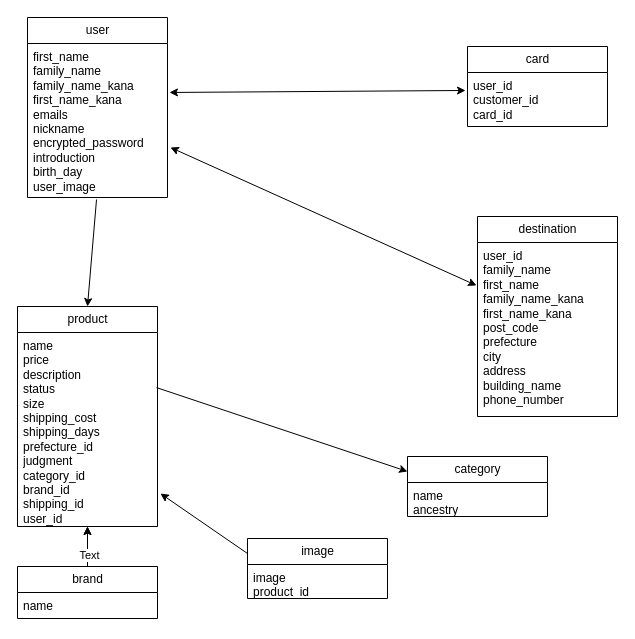
Above: app/views/text.dio in G-Ryoto/furima-38957 (draw.io), before the change. Source tidied: cells renumbered, new cells numbered last; positions are measured from the earlier drawing's top-left corner, leaving out a move shared by most shapes. Both pictures are drawn from the tidied source at 100%, with x=0, y=0 at pixel (17, 17).
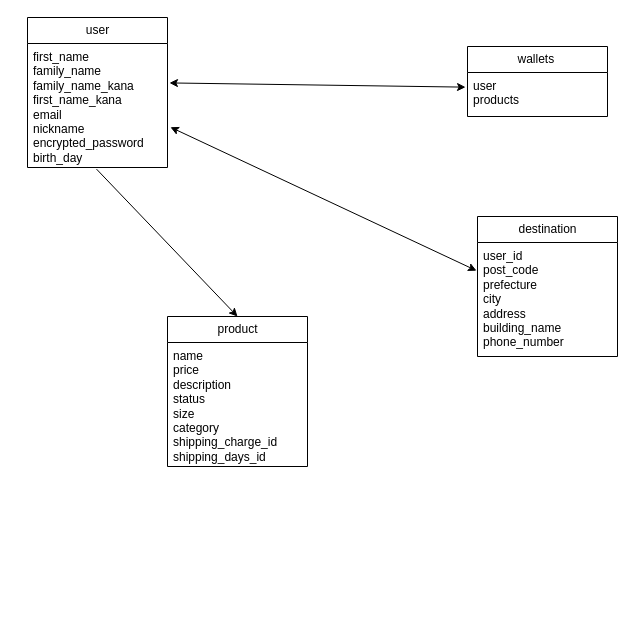
The same diagram, later.

Change to the diagram source:
```diff
@@
     <mxCell id="2" value="user" style="swimlane;fontStyle=0;horizontal=1;startSize=26;fillColor=none;html=1;" parent="1" vertex="1">
-      <mxGeometry x="10" width="140" height="180" as="geometry" />
+      <mxGeometry x="10" width="140" height="150" as="geometry" />
     </mxCell>
-    <mxCell id="3" value="first_name&lt;br&gt;family_name&lt;br&gt;family_name_kana&lt;br&gt;first_name_kana&lt;br&gt;emails&lt;br&gt;nickname&lt;br&gt;encrypted_password&lt;br&gt;introduction&lt;br&gt;birth_day&lt;br&gt;user_image" style="text;strokeColor=none;fillColor=none;align=left;verticalAlign=top;spacingLeft=4;spacingRight=4;overflow=hidden;points=[[0,0.5],[1,0.5]];portConstraint=eastwest;whiteSpace=wrap;html=1;" parent="2" vertex="1">
-      <mxGeometry y="26" width="140" height="154" as="geometry" />
+    <mxCell id="3" value="first_name&lt;br&gt;family_name&lt;br&gt;family_name_kana&lt;br&gt;first_name_kana&lt;br&gt;email&lt;br&gt;nickname&lt;br&gt;encrypted_password&lt;br&gt;birth_day" style="text;strokeColor=none;fillColor=none;align=left;verticalAlign=top;spacingLeft=4;spacingRight=4;overflow=hidden;points=[[0,0.5],[1,0.5]];portConstraint=eastwest;whiteSpace=wrap;html=1;" parent="2" vertex="1">
+      <mxGeometry y="26" width="140" height="124" as="geometry" />
     </mxCell>
     <mxCell id="4" value="destination" style="swimlane;fontStyle=0;horizontal=1;startSize=26;fillColor=none;html=1;" parent="1" vertex="1">
-      <mxGeometry x="460" y="199" width="140" height="200" as="geometry" />
+      <mxGeometry x="460" y="199" width="140" height="140" as="geometry" />
     </mxCell>
-    <mxCell id="5" value="user_id&lt;br&gt;family_name&lt;br&gt;first_name&amp;nbsp;&lt;br&gt;family_name_kana&lt;br&gt;first_name_kana&lt;br&gt;post_code&lt;br&gt;prefecture&lt;br&gt;city&lt;br&gt;address&lt;br&gt;building_name&lt;br&gt;phone_number" style="text;strokeColor=none;fillColor=none;align=left;verticalAlign=top;spacingLeft=4;spacingRight=4;overflow=hidden;points=[[0,0.5],[1,0.5]];portConstraint=eastwest;whiteSpace=wrap;html=1;" parent="4" vertex="1">
-      <mxGeometry y="26" width="140" height="174" as="geometry" />
+    <mxCell id="5" value="user_id&lt;br&gt;post_code&lt;br&gt;prefecture&lt;br&gt;city&lt;br&gt;address&lt;br&gt;building_name&lt;br&gt;phone_number" style="text;strokeColor=none;fillColor=none;align=left;verticalAlign=top;spacingLeft=4;spacingRight=4;overflow=hidden;points=[[0,0.5],[1,0.5]];portConstraint=eastwest;whiteSpace=wrap;html=1;" parent="4" vertex="1">
+      <mxGeometry y="26" width="140" height="114" as="geometry" />
     </mxCell>
-    <mxCell id="6" value="card" style="swimlane;fontStyle=0;horizontal=1;startSize=26;fillColor=none;html=1;" parent="1" vertex="1">
-      <mxGeometry x="450" y="29" width="140" height="80" as="geometry" />
+    <mxCell id="6" value="wallets&amp;nbsp;&lt;br&gt;" style="swimlane;fontStyle=0;horizontal=1;startSize=26;fillColor=none;html=1;" parent="1" vertex="1">
+      <mxGeometry x="450" y="29" width="140" height="70" as="geometry" />
     </mxCell>
-    <mxCell id="7" value="user_id&amp;nbsp;&lt;br&gt;customer_id&lt;br&gt;card_id" style="text;strokeColor=none;fillColor=none;align=left;verticalAlign=top;spacingLeft=4;spacingRight=4;overflow=hidden;points=[[0,0.5],[1,0.5]];portConstraint=eastwest;whiteSpace=wrap;html=1;" parent="6" vertex="1">
-      <mxGeometry y="26" width="140" height="54" as="geometry" />
+    <mxCell id="7" value="user&lt;br&gt;products" style="text;strokeColor=none;fillColor=none;align=left;verticalAlign=top;spacingLeft=4;spacingRight=4;overflow=hidden;points=[[0,0.5],[1,0.5]];portConstraint=eastwest;whiteSpace=wrap;html=1;" parent="6" vertex="1">
+      <mxGeometry y="26" width="140" height="44" as="geometry" />
     </mxCell>
-    <mxCell id="8" value="category" style="swimlane;fontStyle=0;horizontal=1;startSize=26;fillColor=none;html=1;" parent="1" vertex="1">
-      <mxGeometry x="390" y="439" width="140" height="60" as="geometry" />
-    </mxCell>
-    <mxCell id="9" value="name&lt;br&gt;ancestry&lt;br&gt;" style="text;strokeColor=none;fillColor=none;align=left;verticalAlign=top;spacingLeft=4;spacingRight=4;overflow=hidden;whiteSpace=wrap;html=1;" parent="8" vertex="1">
-      <mxGeometry y="26" width="140" height="34" as="geometry" />
-    </mxCell>
     <mxCell id="10" value="product" style="swimlane;fontStyle=0;horizontal=1;startSize=26;fillColor=none;html=1;" parent="1" vertex="1">
-      <mxGeometry y="289" width="140" height="220" as="geometry" />
+      <mxGeometry x="150" y="299" width="140" height="150" as="geometry" />
     </mxCell>
-    <mxCell id="11" value="name&lt;br&gt;price&lt;br&gt;description&lt;br&gt;status&lt;br&gt;size&lt;br&gt;shipping_cost&lt;br&gt;shipping_days&lt;br&gt;prefecture_id&amp;nbsp;&lt;br&gt;judgment&lt;br&gt;category_id&lt;br&gt;brand_id&lt;br&gt;shipping_id&lt;br&gt;user_id" style="text;strokeColor=none;fillColor=none;align=left;verticalAlign=top;spacingLeft=4;spacingRight=4;overflow=hidden;points=[[0,0.5],[1,0.5]];portConstraint=eastwest;whiteSpace=wrap;html=1;" parent="10" vertex="1">
-      <mxGeometry y="26" width="140" height="194" as="geometry" />
+    <mxCell id="11" value="name&lt;br&gt;price&amp;nbsp;&lt;br&gt;description&lt;br&gt;status&amp;nbsp;&lt;br&gt;size&lt;br&gt;category&lt;br&gt;shipping_charge_id&amp;nbsp;&lt;br&gt;shipping_days_id" style="text;strokeColor=none;fillColor=none;align=left;verticalAlign=top;spacingLeft=4;spacingRight=4;overflow=hidden;points=[[0,0.5],[1,0.5]];portConstraint=eastwest;whiteSpace=wrap;html=1;" parent="10" vertex="1">
+      <mxGeometry y="26" width="140" height="124" as="geometry" />
     </mxCell>
-    <mxCell id="12" value="image" style="swimlane;fontStyle=0;horizontal=1;startSize=26;fillColor=none;html=1;" parent="1" vertex="1">
-      <mxGeometry x="230" y="521" width="140" height="60" as="geometry" />
-    </mxCell>
-    <mxCell id="13" value="image&lt;br&gt;product_id" style="text;strokeColor=none;fillColor=none;align=left;verticalAlign=top;spacingLeft=4;spacingRight=4;overflow=hidden;whiteSpace=wrap;html=1;" parent="12" vertex="1">
-      <mxGeometry y="26" width="140" height="34" as="geometry" />
-    </mxCell>
-    <mxCell id="14" style="edgeStyle=none;html=1;" parent="1" edge="1" source="15" target="11">
-      <mxGeometry relative="1" as="geometry" />
-    </mxCell>
-    <mxCell id="15" value="brand" style="swimlane;fontStyle=0;horizontal=1;startSize=26;fillColor=none;html=1;" parent="1" vertex="1">
-      <mxGeometry y="549" width="140" height="52" as="geometry" />
-    </mxCell>
-    <mxCell id="16" value="name" style="text;strokeColor=none;fillColor=none;align=left;verticalAlign=top;spacingLeft=4;spacingRight=4;overflow=hidden;whiteSpace=wrap;html=1;" parent="15" vertex="1">
-      <mxGeometry y="26" width="140" height="26" as="geometry" />
-    </mxCell>
@@
-    <mxCell id="19" style="endArrow=classic;html=1;exitX=0.993;exitY=0.284;exitDx=0;exitDy=0;exitPerimeter=0;entryX=0;entryY=0.25;entryDx=0;entryDy=0;" parent="1" edge="1" source="11" target="8">
-      <mxGeometry relative="1" as="geometry" />
-    </mxCell>
-    <mxCell id="20" style="endArrow=classic;html=1;exitX=0;exitY=0.25;exitDx=0;exitDy=0;entryX=1.021;entryY=0.83;entryDx=0;entryDy=0;entryPerimeter=0;" parent="1" edge="1" source="12" target="11">
-      <mxGeometry relative="1" as="geometry" />
-    </mxCell>
@@
-    <mxCell id="22" style="endArrow=classic;html=1;exitX=0.5;exitY=0;exitDx=0;exitDy=0;entryX=0.5;entryY=1;entryDx=0;entryDy=0;entryPerimeter=0;" parent="1" edge="1" source="15" target="11">
-      <mxGeometry relative="1" as="geometry" />
-    </mxCell>
-    <mxCell id="23" value="Text" style="edgeLabel;html=1;align=center;verticalAlign=middle;" parent="22" vertex="1">
-      <mxGeometry x="-0.4" y="-1" relative="1" as="geometry" />
-    </mxCell>
```
